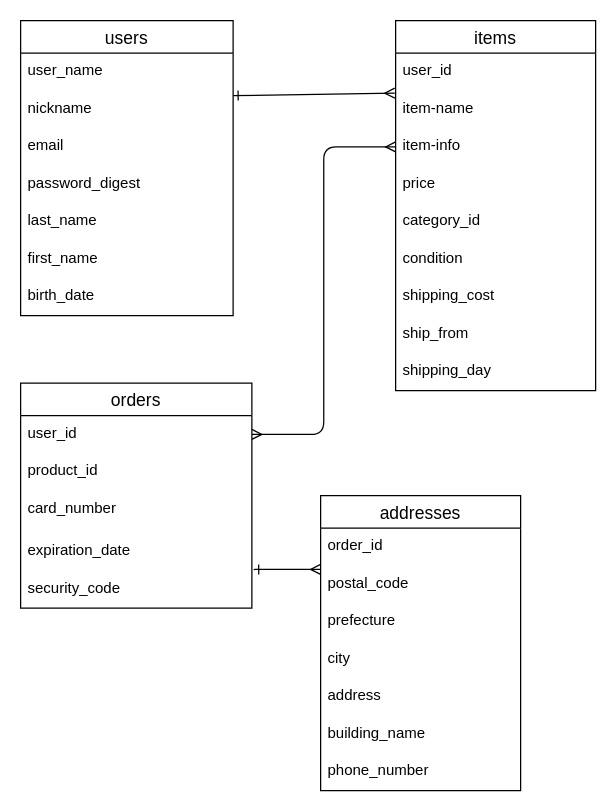
Above: furima.dio in saika3110/furima-40416 (draw.io), before the change. Source tidied: cells renumbered, new cells numbered last; positions are measured from the earlier drawing's top-left corner, leaving out a move shared by most shapes. Both pictures are drawn from the tidied source at 125%, with x=0, y=0 at pixel (20, 20).
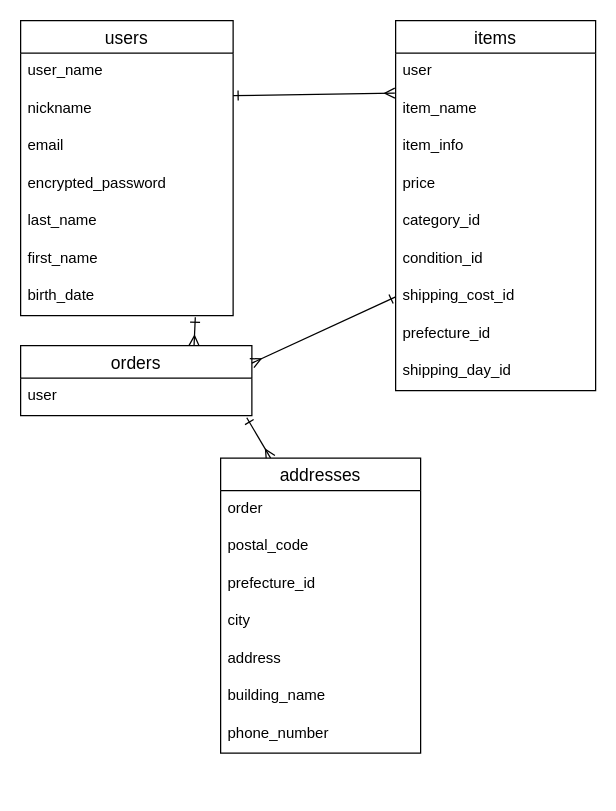
The same diagram, later.

Commit message (it also covers changes not shown here):
ER図再作成(FURIMA)

Unchanged cells that the change refers to:
```xml
<mxCell id="3" value="users" style="swimlane;fontStyle=0;horizontal=1;startSize=26;align=center;fontSize=14;" parent="1" vertex="1">
  <mxGeometry width="170" height="236" as="geometry" />
</mxCell>
<mxCell id="10" value="birth_date" style="text;strokeColor=none;fillColor=none;spacingLeft=4;spacingRight=4;overflow=hidden;points=[[0,0.5],[1,0.5]];portConstraint=eastwest;fontSize=12;" parent="3" vertex="1">
  <mxGeometry y="206" width="170" height="30" as="geometry" />
</mxCell>
<mxCell id="12" value="items" style="swimlane;fontStyle=0;horizontal=1;startSize=26;align=center;fontSize=14;" parent="1" vertex="1">
  <mxGeometry x="300" width="160" height="296" as="geometry" />
</mxCell>
```

Change to the diagram source:
```diff
@@
-    <mxCell id="7" value="password_digest" style="text;strokeColor=none;fillColor=none;spacingLeft=4;spacingRight=4;overflow=hidden;fontSize=12;" parent="3" vertex="1">
+    <mxCell id="7" value="encrypted_password" style="text;strokeColor=none;fillColor=none;spacingLeft=4;spacingRight=4;overflow=hidden;fontSize=12;" parent="3" vertex="1">
       <mxGeometry y="116" width="170" height="30" as="geometry" />
     </mxCell>
@@
-    <mxCell id="11" style="edgeStyle=orthogonalEdgeStyle;html=1;exitX=0;exitY=0.5;exitDx=0;exitDy=0;entryX=1;entryY=0.5;entryDx=0;entryDy=0;endArrow=ERmany;endFill=0;startArrow=ERmany;startFill=0;" parent="1" edge="1" source="15" target="23">
-      <mxGeometry relative="1" as="geometry" />
-    </mxCell>
@@
-    <mxCell id="13" value="user_id" style="text;strokeColor=none;fillColor=none;spacingLeft=4;spacingRight=4;overflow=hidden;points=[[0,0.5],[1,0.5]];portConstraint=eastwest;fontSize=12;" parent="12" vertex="1">
+    <mxCell id="13" value="user" style="text;strokeColor=none;fillColor=none;spacingLeft=4;spacingRight=4;overflow=hidden;points=[[0,0.5],[1,0.5]];portConstraint=eastwest;fontSize=12;" parent="12" vertex="1">
       <mxGeometry y="26" width="160" height="30" as="geometry" />
     </mxCell>
-    <mxCell id="14" value="item-name" style="text;strokeColor=none;fillColor=none;spacingLeft=4;spacingRight=4;overflow=hidden;fontSize=12;" parent="12" vertex="1">
+    <mxCell id="14" value="item_name" style="text;strokeColor=none;fillColor=none;spacingLeft=4;spacingRight=4;overflow=hidden;fontSize=12;" parent="12" vertex="1">
       <mxGeometry y="56" width="160" height="30" as="geometry" />
     </mxCell>
-    <mxCell id="15" value="item-info" style="text;strokeColor=none;fillColor=none;spacingLeft=4;spacingRight=4;overflow=hidden;points=[[0,0.5],[1,0.5]];portConstraint=eastwest;fontSize=12;" parent="12" vertex="1">
+    <mxCell id="15" value="item_info" style="text;strokeColor=none;fillColor=none;spacingLeft=4;spacingRight=4;overflow=hidden;points=[[0,0.5],[1,0.5]];portConstraint=eastwest;fontSize=12;" parent="12" vertex="1">
       <mxGeometry y="86" width="160" height="30" as="geometry" />
     </mxCell>
@@
-    <mxCell id="18" value="condition" style="text;strokeColor=none;fillColor=none;spacingLeft=4;spacingRight=4;overflow=hidden;fontSize=12;" parent="12" vertex="1">
+    <mxCell id="18" value="condition_id" style="text;strokeColor=none;fillColor=none;spacingLeft=4;spacingRight=4;overflow=hidden;fontSize=12;" parent="12" vertex="1">
       <mxGeometry y="176" width="160" height="30" as="geometry" />
     </mxCell>
-    <mxCell id="19" value="shipping_cost" style="text;strokeColor=none;fillColor=none;spacingLeft=4;spacingRight=4;overflow=hidden;points=[[0,0.5],[1,0.5]];portConstraint=eastwest;fontSize=12;" parent="12" vertex="1">
+    <mxCell id="19" value="shipping_cost_id" style="text;strokeColor=none;fillColor=none;spacingLeft=4;spacingRight=4;overflow=hidden;points=[[0,0.5],[1,0.5]];portConstraint=eastwest;fontSize=12;" parent="12" vertex="1">
       <mxGeometry y="206" width="160" height="30" as="geometry" />
     </mxCell>
-    <mxCell id="20" value="ship_from" style="text;strokeColor=none;fillColor=none;spacingLeft=4;spacingRight=4;overflow=hidden;fontSize=12;" parent="12" vertex="1">
+    <mxCell id="20" value="prefecture_id" style="text;strokeColor=none;fillColor=none;spacingLeft=4;spacingRight=4;overflow=hidden;fontSize=12;" parent="12" vertex="1">
       <mxGeometry y="236" width="160" height="30" as="geometry" />
     </mxCell>
-    <mxCell id="21" value="shipping_day" style="text;strokeColor=none;fillColor=none;spacingLeft=4;spacingRight=4;overflow=hidden;fontSize=12;" parent="12" vertex="1">
+    <mxCell id="21" value="shipping_day_id" style="text;strokeColor=none;fillColor=none;spacingLeft=4;spacingRight=4;overflow=hidden;fontSize=12;" parent="12" vertex="1">
       <mxGeometry y="266" width="160" height="30" as="geometry" />
     </mxCell>
+    <mxCell id="37" style="edgeStyle=none;html=1;exitX=0.75;exitY=0;exitDx=0;exitDy=0;startArrow=ERmany;startFill=0;endArrow=ERone;endFill=0;entryX=0.822;entryY=1.044;entryDx=0;entryDy=0;entryPerimeter=0;" parent="1" edge="1" source="22" target="10">
+      <mxGeometry relative="1" as="geometry" />
+    </mxCell>
     <mxCell id="22" value="orders" style="swimlane;fontStyle=0;horizontal=1;startSize=26;align=center;fontSize=14;" parent="1" vertex="1">
-      <mxGeometry y="290" width="185" height="180" as="geometry" />
+      <mxGeometry y="260" width="185" height="56" as="geometry" />
     </mxCell>
-    <mxCell id="23" value="user_id" style="text;strokeColor=none;fillColor=none;spacingLeft=4;spacingRight=4;overflow=hidden;points=[[0,0.5],[1,0.5]];portConstraint=eastwest;fontSize=12;" parent="22" vertex="1">
+    <mxCell id="23" value="user&#10;" style="text;strokeColor=none;fillColor=none;spacingLeft=4;spacingRight=4;overflow=hidden;points=[[0,0.5],[1,0.5]];portConstraint=eastwest;fontSize=12;" parent="22" vertex="1">
       <mxGeometry y="26" width="185" height="30" as="geometry" />
     </mxCell>
-    <mxCell id="24" value="product_id" style="text;strokeColor=none;fillColor=none;spacingLeft=4;spacingRight=4;overflow=hidden;fontSize=12;" parent="22" vertex="1">
-      <mxGeometry y="56" width="185" height="30" as="geometry" />
-    </mxCell>
-    <mxCell id="25" value="card_number" style="text;strokeColor=none;fillColor=none;spacingLeft=4;spacingRight=4;overflow=hidden;fontSize=12;" parent="22" vertex="1">
-      <mxGeometry y="86" width="185" height="34" as="geometry" />
-    </mxCell>
-    <mxCell id="26" value="expiration_date" style="text;strokeColor=none;fillColor=none;spacingLeft=4;spacingRight=4;overflow=hidden;fontSize=12;" parent="22" vertex="1">
-      <mxGeometry y="120" width="185" height="30" as="geometry" />
-    </mxCell>
-    <mxCell id="27" value="security_code" style="text;strokeColor=none;fillColor=none;spacingLeft=4;spacingRight=4;overflow=hidden;points=[[0,0.5],[1,0.5]];portConstraint=eastwest;fontSize=12;" parent="22" vertex="1">
-      <mxGeometry y="150" width="185" height="30" as="geometry" />
-    </mxCell>
-    <mxCell id="28" style="edgeStyle=none;html=1;exitX=0;exitY=0.25;exitDx=0;exitDy=0;entryX=1.008;entryY=-0.03;entryDx=0;entryDy=0;entryPerimeter=0;startArrow=ERmany;startFill=0;endArrow=ERone;endFill=0;" parent="1" edge="1" source="29" target="27">
-      <mxGeometry relative="1" as="geometry" />
-    </mxCell>
+    <mxCell id="38" style="edgeStyle=none;html=1;exitX=0.25;exitY=0;exitDx=0;exitDy=0;entryX=0.978;entryY=1.057;entryDx=0;entryDy=0;entryPerimeter=0;startArrow=ERmany;startFill=0;endArrow=ERone;endFill=0;" parent="1" edge="1" source="29" target="23">
+      <mxGeometry relative="1" as="geometry" />
+    </mxCell>
     <mxCell id="29" value="addresses" style="swimlane;fontStyle=0;horizontal=1;startSize=26;align=center;fontSize=14;" parent="1" vertex="1">
-      <mxGeometry x="240" y="380" width="160" height="236" as="geometry" />
+      <mxGeometry x="160" y="350" width="160" height="236" as="geometry" />
     </mxCell>
-    <mxCell id="30" value="order_id" style="text;strokeColor=none;fillColor=none;spacingLeft=4;spacingRight=4;overflow=hidden;fontSize=12;" parent="29" vertex="1">
+    <mxCell id="30" value="order&#10;" style="text;strokeColor=none;fillColor=none;spacingLeft=4;spacingRight=4;overflow=hidden;fontSize=12;" parent="29" vertex="1">
       <mxGeometry y="26" width="160" height="30" as="geometry" />
     </mxCell>
@@
-    <mxCell id="32" value="prefecture" style="text;strokeColor=none;fillColor=none;spacingLeft=4;spacingRight=4;overflow=hidden;fontSize=12;" parent="29" vertex="1">
+    <mxCell id="32" value="prefecture_id" style="text;strokeColor=none;fillColor=none;spacingLeft=4;spacingRight=4;overflow=hidden;fontSize=12;" parent="29" vertex="1">
       <mxGeometry y="86" width="160" height="30" as="geometry" />
     </mxCell>
@@
+    <mxCell id="39" style="html=1;exitX=1;exitY=0.25;exitDx=0;exitDy=0;startArrow=ERmany;startFill=0;endArrow=ERone;endFill=0;entryX=0;entryY=0.5;entryDx=0;entryDy=0;" parent="1" edge="1" source="22" target="19">
+      <mxGeometry relative="1" as="geometry" />
+    </mxCell>
```
